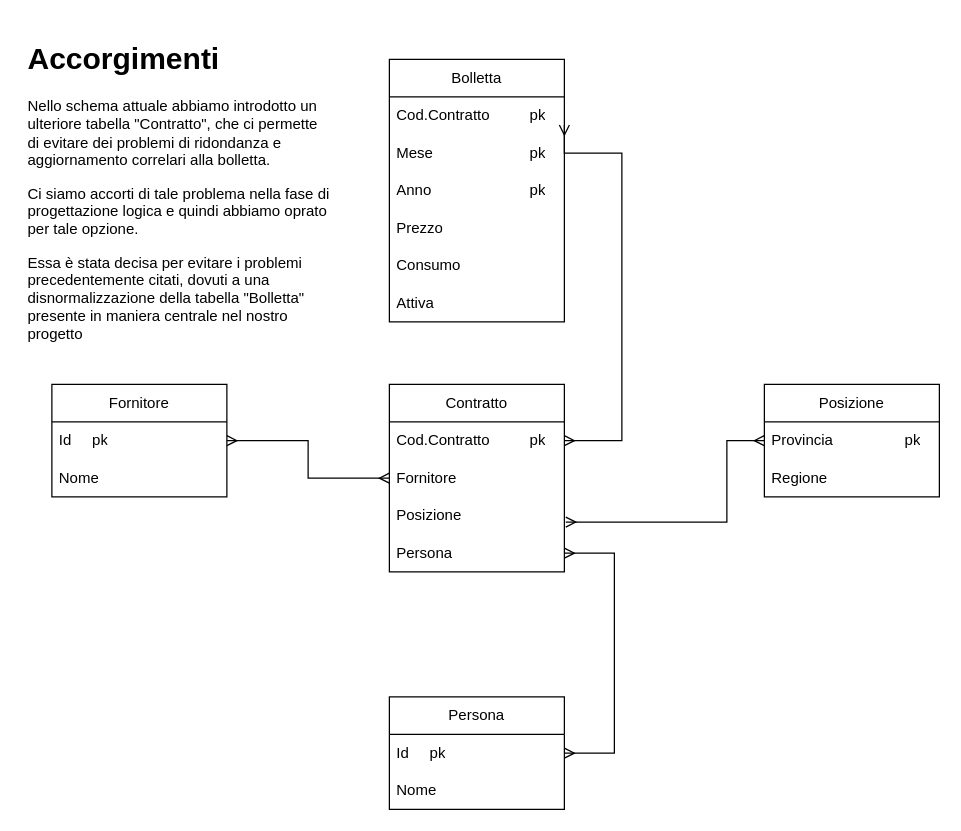
Earlier version of the draw.io diagram page "Schema logico" (4 of 4) of Electrical Theft.drawio (Moriarty2002/electricity-theft). Source tidied: cells renumbered, new cells numbered last; positions are measured from the earlier drawing's top-left corner, leaving out a move shared by most shapes. Both pictures are drawn from the tidied source at 125%, with x=0, y=0 at pixel (21, 34).
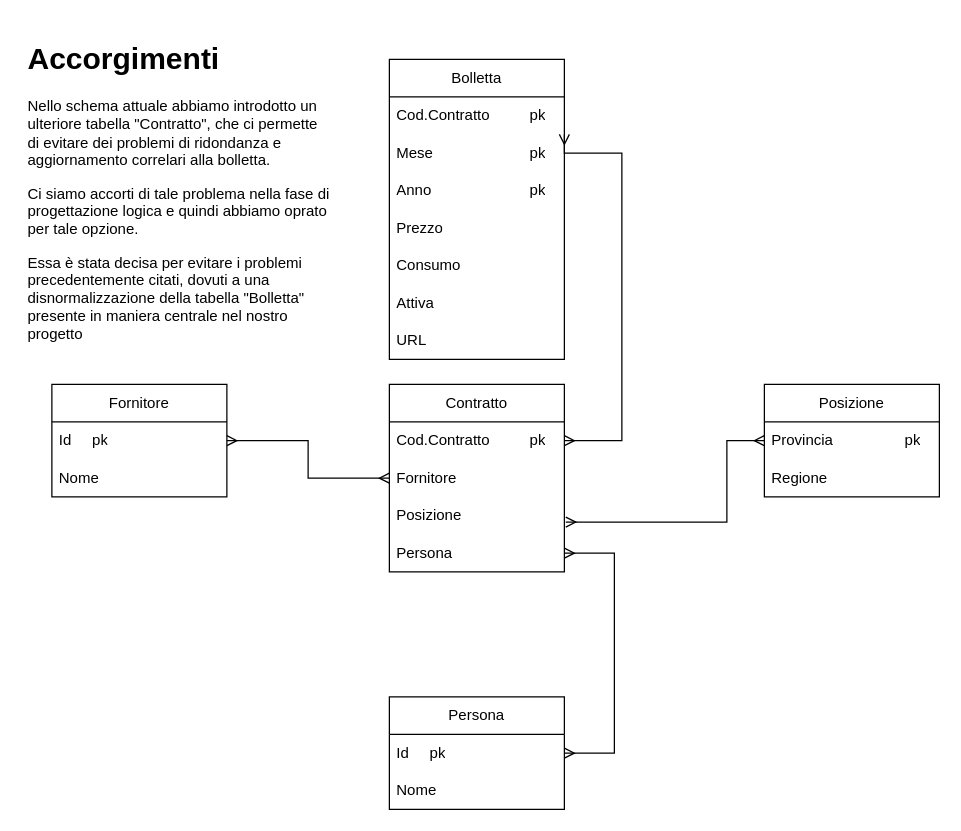
The same diagram, later.

Commit message:
Aggiunto URL allo schema logico

What changed in the source:
```diff
@@
     <mxCell id="20" value="Bolletta" style="swimlane;fontStyle=0;horizontal=1;startSize=30;whiteSpace=wrap;html=1;" parent="1" vertex="1">
-      <mxGeometry x="294" y="20" width="140" height="210" as="geometry" />
+      <mxGeometry x="294" y="20" width="140" height="240" as="geometry" />
     </mxCell>
@@
+    <mxCell id="29" value="URL" style="text;strokeColor=none;fillColor=none;align=left;verticalAlign=middle;spacingLeft=4;spacingRight=4;overflow=hidden;whiteSpace=wrap;html=1;" parent="20" vertex="1">
+      <mxGeometry y="210" width="140" height="30" as="geometry" />
+    </mxCell>
```
